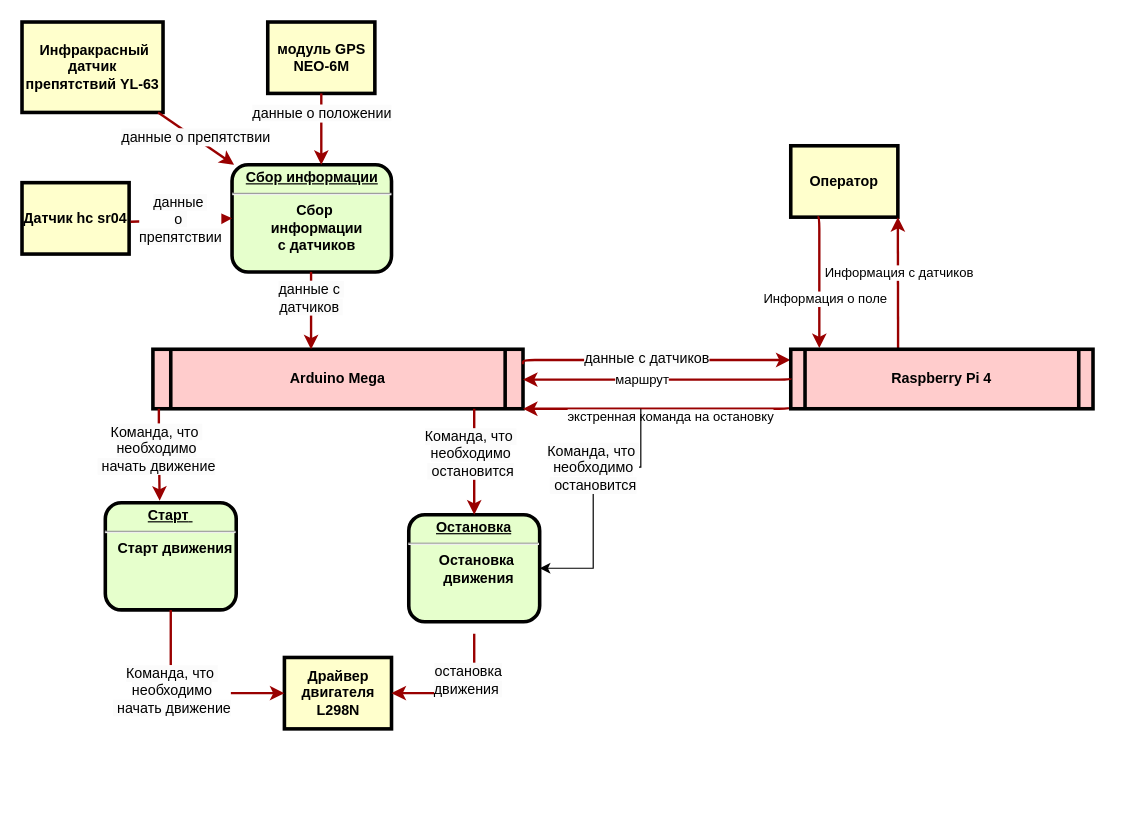
The draw.io diagram dfdardplusras.drawio in Fgeeha/draw.io, before the edit. Source tidied: cells renumbered, new cells numbered last; positions are measured from the earlier drawing's top-left corner, leaving out a move shared by most shapes. Both pictures are drawn from the tidied source at 119%, with x=0, y=0 at pixel (21, 21).
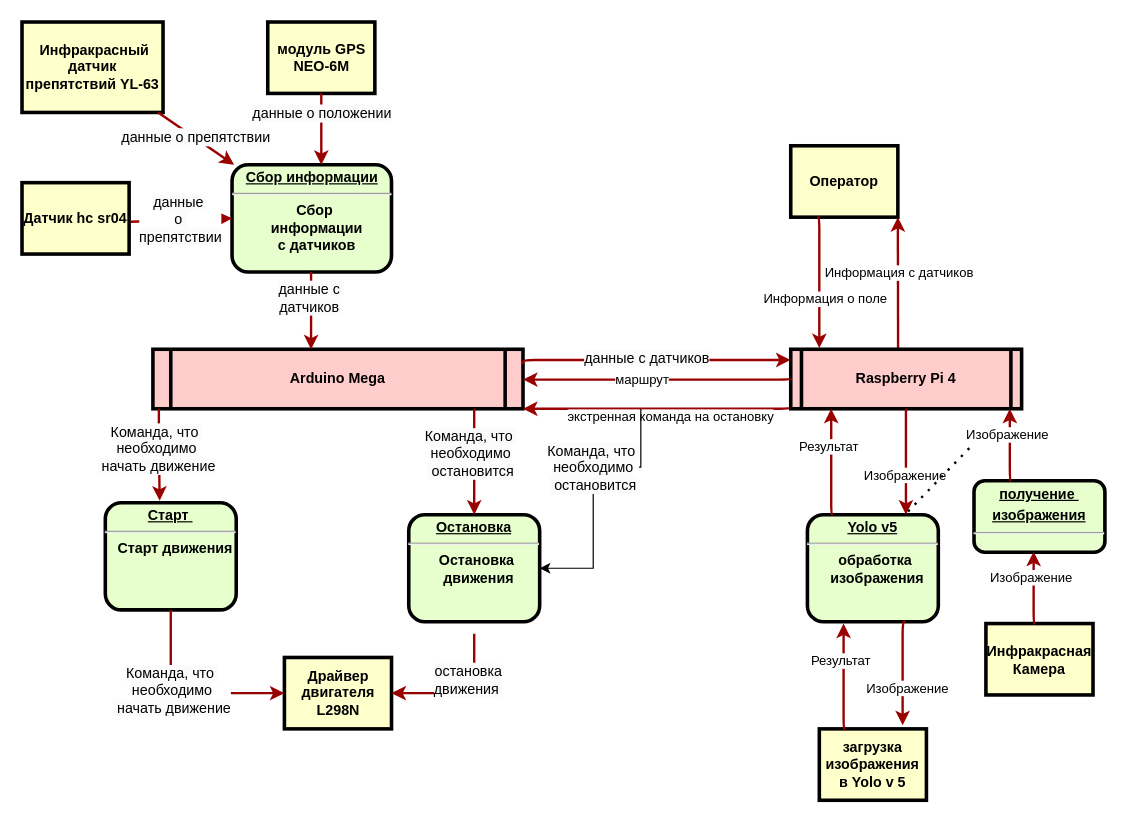
Above is the later version.

What changed in the source:
```diff
@@
     <mxCell id="32" value="Raspberry Pi 4" style="shape=process;whiteSpace=wrap;align=center;verticalAlign=middle;size=0.0475;fontStyle=1;strokeWidth=3;fillColor=#FFCCCC;" parent="1" vertex="1">
-      <mxGeometry x="646" y="275" width="254" height="50" as="geometry" />
+      <mxGeometry x="646" y="275" width="194" height="50" as="geometry" />
     </mxCell>
@@
+    <mxCell id="40" value="&lt;p style=&quot;margin: 0px; margin-top: 4px; text-align: center; text-decoration: underline;&quot;&gt;Yolo v5&lt;/p&gt;&lt;hr&gt;&lt;p style=&quot;margin: 0px; margin-left: 8px;&quot;&gt;обработка&amp;nbsp;&lt;/p&gt;&lt;p style=&quot;margin: 0px; margin-left: 8px;&quot;&gt;изображения&lt;/p&gt;" style="verticalAlign=middle;align=center;overflow=fill;fontSize=12;fontFamily=Helvetica;html=1;rounded=1;fontStyle=1;strokeWidth=3;fillColor=#E6FFCC;" parent="1" vertex="1">
+      <mxGeometry x="660" y="414" width="110" height="90" as="geometry" />
+    </mxCell>
+    <mxCell id="41" style="edgeStyle=elbowEdgeStyle;elbow=horizontal;strokeColor=#990000;strokeWidth=2;" parent="1" edge="1">
+      <mxGeometry relative="1" as="geometry">
+        <mxPoint x="742.8" y="325" as="sourcePoint" />
+        <mxPoint x="742.8" y="414" as="targetPoint" />
+        <Array as="points">
+          <mxPoint x="742.8" y="364" />
+        </Array>
+      </mxGeometry>
+    </mxCell>
+    <mxCell id="42" value="Изображение" style="edgeLabel;html=1;align=center;verticalAlign=middle;" parent="41" vertex="1">
+      <mxGeometry x="0.24" y="-1" relative="1" as="geometry" />
+    </mxCell>
+    <mxCell id="43" value="загрузка изображения в Yolo v 5" style="whiteSpace=wrap;align=center;verticalAlign=middle;fontStyle=1;strokeWidth=3;fillColor=#FFFFCC;" parent="1" vertex="1">
+      <mxGeometry x="670" y="594" width="90" height="60" as="geometry" />
+    </mxCell>
+    <mxCell id="44" value="&lt;p style=&quot;margin: 0px; margin-top: 4px; text-align: center; text-decoration: underline;&quot;&gt;получение&amp;nbsp;&lt;/p&gt;&lt;p style=&quot;margin: 0px; margin-top: 4px; text-align: center; text-decoration: underline;&quot;&gt;изображения&lt;/p&gt;&lt;hr&gt;&lt;p style=&quot;text-align: center; margin: 0px 0px 0px 8px;&quot;&gt;&lt;br&gt;&lt;/p&gt;" style="verticalAlign=middle;align=center;overflow=fill;fontSize=12;fontFamily=Helvetica;html=1;rounded=1;fontStyle=1;strokeWidth=3;fillColor=#E6FFCC;" parent="1" vertex="1">
+      <mxGeometry x="800" y="385.5" width="110" height="60" as="geometry" />
+    </mxCell>
+    <mxCell id="45" value="Инфракрасная Камера" style="whiteSpace=wrap;align=center;verticalAlign=middle;fontStyle=1;strokeWidth=3;fillColor=#FFFFCC;" parent="1" vertex="1">
+      <mxGeometry x="810" y="505.5" width="90" height="60" as="geometry" />
+    </mxCell>
+    <mxCell id="46" style="edgeStyle=elbowEdgeStyle;elbow=horizontal;strokeColor=#990000;strokeWidth=2;exitX=0.124;exitY=0.005;exitDx=0;exitDy=0;exitPerimeter=0;entryX=0.181;entryY=0.997;entryDx=0;entryDy=0;entryPerimeter=0;" parent="1" edge="1">
+      <mxGeometry relative="1" as="geometry">
+        <mxPoint x="851.2" y="505.5" as="sourcePoint" />
+        <mxPoint x="850" y="445" as="targetPoint" />
+        <Array as="points">
+          <mxPoint x="850.1" y="465.2" />
+        </Array>
+      </mxGeometry>
+    </mxCell>
+    <mxCell id="47" value="Изображение" style="edgeLabel;html=1;align=center;verticalAlign=middle;" parent="46" vertex="1">
+      <mxGeometry x="0.3" y="3" relative="1" as="geometry" />
+    </mxCell>
+    <mxCell id="48" style="edgeStyle=elbowEdgeStyle;elbow=horizontal;strokeColor=#990000;strokeWidth=2;exitX=0.124;exitY=0.005;exitDx=0;exitDy=0;exitPerimeter=0;entryX=0.181;entryY=0.997;entryDx=0;entryDy=0;entryPerimeter=0;" parent="1" edge="1">
+      <mxGeometry relative="1" as="geometry">
+        <mxPoint x="831.2" y="385.5" as="sourcePoint" />
+        <mxPoint x="830" y="325" as="targetPoint" />
+        <Array as="points">
+          <mxPoint x="830.1" y="345.2" />
+        </Array>
+      </mxGeometry>
+    </mxCell>
+    <mxCell id="49" value="Изображение" style="edgeLabel;html=1;align=center;verticalAlign=middle;" parent="48" vertex="1">
+      <mxGeometry x="0.3" y="3" relative="1" as="geometry" />
+    </mxCell>
+    <mxCell id="50" style="endArrow=none;dashed=1;html=1;dashPattern=1 3;strokeWidth=2;rounded=0;exitX=0.769;exitY=-0.03;exitDx=0;exitDy=0;exitPerimeter=0;" parent="1" edge="1" source="40">
+      <mxGeometry relative="1" as="geometry">
+        <mxPoint x="800" y="354" as="targetPoint" />
+      </mxGeometry>
+    </mxCell>
+    <mxCell id="51" style="edgeStyle=elbowEdgeStyle;elbow=horizontal;strokeColor=#990000;strokeWidth=2;exitX=0.124;exitY=0.005;exitDx=0;exitDy=0;exitPerimeter=0;" parent="1" edge="1">
+      <mxGeometry relative="1" as="geometry">
+        <mxPoint x="681.2" y="414" as="sourcePoint" />
+        <mxPoint x="680" y="325" as="targetPoint" />
+        <Array as="points">
+          <mxPoint x="680" y="373.7" />
+        </Array>
+      </mxGeometry>
+    </mxCell>
+    <mxCell id="52" value="Результат" style="edgeLabel;html=1;align=center;verticalAlign=middle;" parent="51" vertex="1">
+      <mxGeometry x="0.3" y="3" relative="1" as="geometry" />
+    </mxCell>
+    <mxCell id="53" style="edgeStyle=elbowEdgeStyle;elbow=horizontal;strokeColor=#990000;strokeWidth=2;exitX=0.75;exitY=1;exitDx=0;exitDy=0;entryX=0.776;entryY=-0.051;entryDx=0;entryDy=0;entryPerimeter=0;" parent="1" edge="1" source="40" target="43">
+      <mxGeometry relative="1" as="geometry">
+        <Array as="points">
+          <mxPoint x="740" y="554" />
+        </Array>
+      </mxGeometry>
+    </mxCell>
+    <mxCell id="54" value="Изображение" style="edgeLabel;html=1;align=center;verticalAlign=middle;" parent="53" vertex="1">
+      <mxGeometry x="0.3" y="3" relative="1" as="geometry" />
+    </mxCell>
+    <mxCell id="55" style="edgeStyle=elbowEdgeStyle;elbow=horizontal;strokeColor=#990000;strokeWidth=2;exitX=0.124;exitY=0.005;exitDx=0;exitDy=0;exitPerimeter=0;" parent="1" edge="1">
+      <mxGeometry relative="1" as="geometry">
+        <mxPoint x="691.6" y="594.5" as="sourcePoint" />
+        <mxPoint x="690.4" y="505.5" as="targetPoint" />
+        <Array as="points">
+          <mxPoint x="690.4" y="554.2" />
+        </Array>
+      </mxGeometry>
+    </mxCell>
+    <mxCell id="56" value="Результат" style="edgeLabel;html=1;align=center;verticalAlign=middle;" parent="55" vertex="1">
+      <mxGeometry x="0.3" y="3" relative="1" as="geometry" />
+    </mxCell>
```
